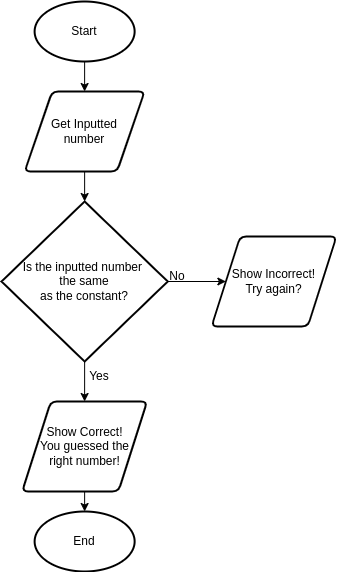
Above: Number Guessing (flowchart).png in Dahrio-Francois/ICS3U-Unit3-03-Python2 (draw.io), before the change. Source tidied: cells renumbered, new cells last; positions are measured from the earlier drawing's top-left corner, leaving out a move shared by most shapes. Its diagram source:
```xml
<mxGraphModel>
  <root>
    <mxCell id="0" />
    <mxCell id="1" parent="0" />
    <mxCell id="2" style="edgeStyle=orthogonalEdgeStyle;html=1;entryX=0.5;entryY=0;entryDx=0;entryDy=0;" parent="1" edge="1" source="3" target="5">
      <mxGeometry relative="1" as="geometry" />
    </mxCell>
    <mxCell id="3" value="Start" style="strokeWidth=2;html=1;shape=mxgraph.flowchart.start_1;whiteSpace=wrap;" parent="1" vertex="1">
      <mxGeometry x="33.1" width="100" height="60" as="geometry" />
    </mxCell>
    <mxCell id="4" style="edgeStyle=orthogonalEdgeStyle;html=1;entryX=0.5;entryY=0;entryDx=0;entryDy=0;entryPerimeter=0;rounded=0;" parent="1" edge="1" source="5" target="8">
      <mxGeometry relative="1" as="geometry" />
    </mxCell>
    <mxCell id="5" value="Get Inputted&lt;br&gt;number" style="shape=parallelogram;html=1;strokeWidth=2;perimeter=parallelogramPerimeter;whiteSpace=wrap;rounded=1;arcSize=12;size=0.23;" parent="1" vertex="1">
      <mxGeometry x="23.1" y="90" width="120" height="80" as="geometry" />
    </mxCell>
    <mxCell id="6" style="edgeStyle=orthogonalEdgeStyle;rounded=0;html=1;exitX=0.5;exitY=1;exitDx=0;exitDy=0;exitPerimeter=0;entryX=0.5;entryY=0;entryDx=0;entryDy=0;" parent="1" edge="1" source="8" target="10">
      <mxGeometry relative="1" as="geometry" />
    </mxCell>
    <mxCell id="7" style="edgeStyle=none;html=1;" parent="1" edge="1" source="8" target="14">
      <mxGeometry relative="1" as="geometry" />
    </mxCell>
    <mxCell id="8" value="Is the inputted number &lt;br&gt;&amp;nbsp;the same &lt;br&gt;as the constant?" style="strokeWidth=2;html=1;shape=mxgraph.flowchart.decision;whiteSpace=wrap;" parent="1" vertex="1">
      <mxGeometry y="200" width="166.2" height="160" as="geometry" />
    </mxCell>
    <mxCell id="9" style="edgeStyle=orthogonalEdgeStyle;rounded=0;html=1;entryX=0.5;entryY=0;entryDx=0;entryDy=0;entryPerimeter=0;" parent="1" edge="1" source="10" target="13">
      <mxGeometry relative="1" as="geometry" />
    </mxCell>
    <mxCell id="10" value="Show Correct!&lt;br&gt;You guessed the&lt;br&gt;right number!" style="shape=parallelogram;html=1;strokeWidth=2;perimeter=parallelogramPerimeter;whiteSpace=wrap;rounded=1;arcSize=12;size=0.23;" parent="1" vertex="1">
      <mxGeometry x="20.6" y="400" width="125" height="90" as="geometry" />
    </mxCell>
    <mxCell id="11" value="Yes" style="text;html=1;strokeColor=none;fillColor=none;align=center;verticalAlign=middle;whiteSpace=wrap;rounded=0;rotation=0;" parent="1" vertex="1">
      <mxGeometry x="68.1" y="360" width="60" height="30" as="geometry" />
    </mxCell>
    <mxCell id="12" value="No" style="text;html=1;strokeColor=none;fillColor=none;align=center;verticalAlign=middle;whiteSpace=wrap;rounded=0;" parent="1" vertex="1">
      <mxGeometry x="145.6" y="260" width="60" height="30" as="geometry" />
    </mxCell>
    <mxCell id="13" value="End" style="strokeWidth=2;html=1;shape=mxgraph.flowchart.start_1;whiteSpace=wrap;" parent="1" vertex="1">
      <mxGeometry x="33.1" y="510" width="100" height="60" as="geometry" />
    </mxCell>
    <mxCell id="14" value="Show Incorrect!&lt;br&gt;Try again?" style="shape=parallelogram;html=1;strokeWidth=2;perimeter=parallelogramPerimeter;whiteSpace=wrap;rounded=1;arcSize=12;size=0.23;" parent="1" vertex="1">
      <mxGeometry x="210" y="235" width="125" height="90" as="geometry" />
    </mxCell>
  </root>
</mxGraphModel>
```
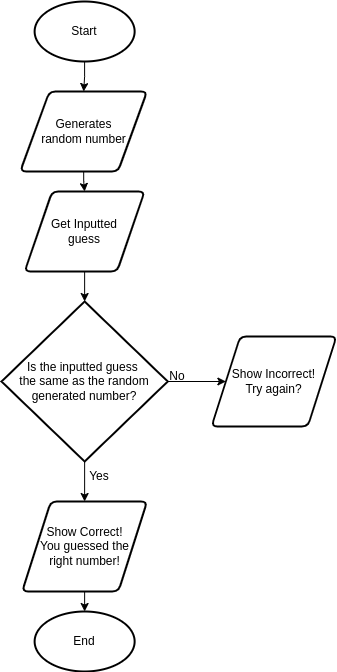
Above is the later version.

Commit message:
made changes to Top-Down and Flowchart designs

Change to the diagram source:
```diff
@@ -2,16 +2,16 @@
   <root>
     <mxCell id="0" />
     <mxCell id="1" parent="0" />
-    <mxCell id="2" style="edgeStyle=orthogonalEdgeStyle;html=1;entryX=0.5;entryY=0;entryDx=0;entryDy=0;" parent="1" edge="1" source="3" target="5">
-      <mxGeometry relative="1" as="geometry" />
-    </mxCell>
+    <mxCell id="15" style="edgeStyle=orthogonalEdgeStyle;html=1;entryX=0.5;entryY=0;entryDx=0;entryDy=0;rounded=0;" parent="1" edge="1" source="3" target="17">
+      <mxGeometry relative="1" as="geometry" />
+    </mxCell>
     <mxCell id="3" value="Start" style="strokeWidth=2;html=1;shape=mxgraph.flowchart.start_1;whiteSpace=wrap;" parent="1" vertex="1">
-      <mxGeometry x="33.1" width="100" height="60" as="geometry" />
+      <mxGeometry x="33.1" y="-100" width="100" height="60" as="geometry" />
     </mxCell>
     <mxCell id="4" style="edgeStyle=orthogonalEdgeStyle;html=1;entryX=0.5;entryY=0;entryDx=0;entryDy=0;entryPerimeter=0;rounded=0;" parent="1" edge="1" source="5" target="8">
       <mxGeometry relative="1" as="geometry" />
     </mxCell>
-    <mxCell id="5" value="Get Inputted&lt;br&gt;number" style="shape=parallelogram;html=1;strokeWidth=2;perimeter=parallelogramPerimeter;whiteSpace=wrap;rounded=1;arcSize=12;size=0.23;" parent="1" vertex="1">
+    <mxCell id="5" value="Get Inputted&lt;br&gt;guess" style="shape=parallelogram;html=1;strokeWidth=2;perimeter=parallelogramPerimeter;whiteSpace=wrap;rounded=1;arcSize=12;size=0.23;" parent="1" vertex="1">
       <mxGeometry x="23.1" y="90" width="120" height="80" as="geometry" />
     </mxCell>
     <mxCell id="6" style="edgeStyle=orthogonalEdgeStyle;rounded=0;html=1;exitX=0.5;exitY=1;exitDx=0;exitDy=0;exitPerimeter=0;entryX=0.5;entryY=0;entryDx=0;entryDy=0;" parent="1" edge="1" source="8" target="10">
@@ -20,7 +20,7 @@
     <mxCell id="7" style="edgeStyle=none;html=1;" parent="1" edge="1" source="8" target="14">
       <mxGeometry relative="1" as="geometry" />
     </mxCell>
-    <mxCell id="8" value="Is the inputted number &lt;br&gt;&amp;nbsp;the same &lt;br&gt;as the constant?" style="strokeWidth=2;html=1;shape=mxgraph.flowchart.decision;whiteSpace=wrap;" parent="1" vertex="1">
+    <mxCell id="8" value="Is the inputted guess &lt;br&gt;the same as the random generated number?" style="strokeWidth=2;html=1;shape=mxgraph.flowchart.decision;whiteSpace=wrap;" parent="1" vertex="1">
       <mxGeometry y="200" width="166.2" height="160" as="geometry" />
     </mxCell>
     <mxCell id="9" style="edgeStyle=orthogonalEdgeStyle;rounded=0;html=1;entryX=0.5;entryY=0;entryDx=0;entryDy=0;entryPerimeter=0;" parent="1" edge="1" source="10" target="13">
@@ -41,5 +41,11 @@
     <mxCell id="14" value="Show Incorrect!&lt;br&gt;Try again?" style="shape=parallelogram;html=1;strokeWidth=2;perimeter=parallelogramPerimeter;whiteSpace=wrap;rounded=1;arcSize=12;size=0.23;" parent="1" vertex="1">
       <mxGeometry x="210" y="235" width="125" height="90" as="geometry" />
     </mxCell>
+    <mxCell id="16" style="edgeStyle=orthogonalEdgeStyle;rounded=0;html=1;exitX=0.5;exitY=1;exitDx=0;exitDy=0;entryX=0.5;entryY=0;entryDx=0;entryDy=0;" parent="1" edge="1" source="17" target="5">
+      <mxGeometry relative="1" as="geometry" />
+    </mxCell>
+    <mxCell id="17" value="Generates&lt;br&gt;random number" style="shape=parallelogram;html=1;strokeWidth=2;perimeter=parallelogramPerimeter;whiteSpace=wrap;rounded=1;arcSize=12;size=0.23;" parent="1" vertex="1">
+      <mxGeometry x="18.8" y="-10" width="126.9" height="80" as="geometry" />
+    </mxCell>
   </root>
 </mxGraphModel>
```
